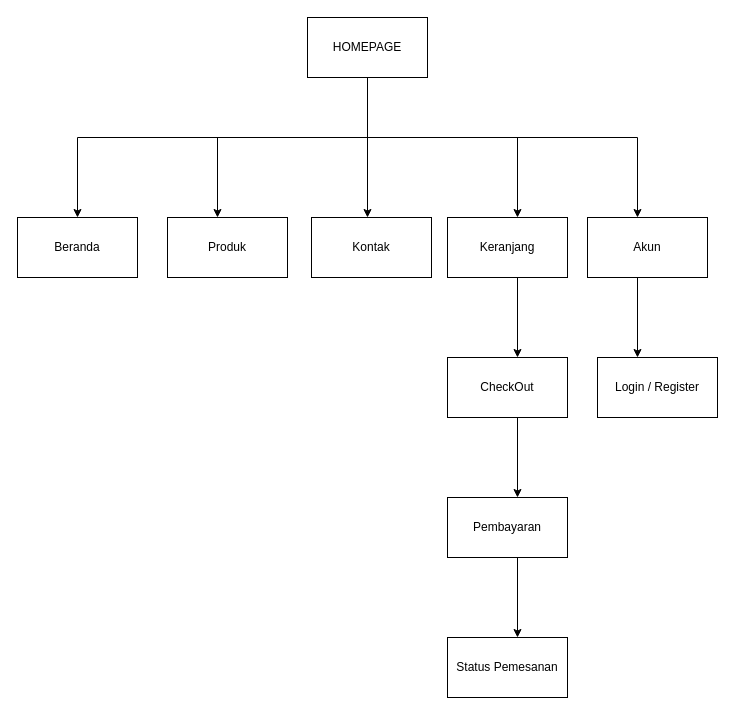
Earlier version of the draw.io diagram docs/navigation/user-navigasi.drawio (EvandriRidho/Rizquna-Bakery). Source tidied: cells renumbered, new cells numbered last; positions are measured from the earlier drawing's top-left corner, leaving out a move shared by most shapes. Both pictures are drawn from the tidied source at 100%, with x=0, y=0 at pixel (17, 17).
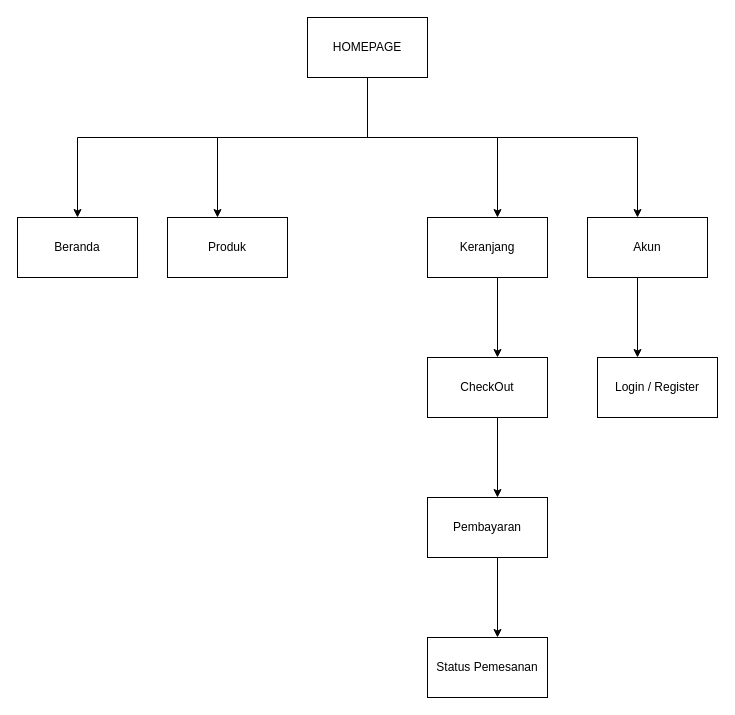
After the change.

Commit message (it also covers changes not shown here):
docs (diagram) : fix navigation and admin usecase

Unchanged cells that the change refers to:
```xml
<mxCell id="2" value="HOMEPAGE" style="rounded=0;whiteSpace=wrap;html=1;" parent="1" vertex="1">
  <mxGeometry x="290" width="120" height="60" as="geometry" />
</mxCell>
```

What changed in the source:
```diff
@@
-    <mxCell id="3" style="endArrow=classic;html=1;rounded=0;" parent="1" edge="1">
-      <mxGeometry relative="1" as="geometry">
-        <mxPoint x="350" y="60" as="sourcePoint" />
-        <mxPoint x="350" y="200" as="targetPoint" />
-      </mxGeometry>
-    </mxCell>
@@
     <mxCell id="7" style="endArrow=classic;html=1;rounded=0;" parent="1" edge="1">
       <mxGeometry relative="1" as="geometry">
-        <mxPoint x="500" y="120" as="sourcePoint" />
-        <mxPoint x="500" y="200" as="targetPoint" />
+        <mxPoint x="480" y="120" as="sourcePoint" />
+        <mxPoint x="480" y="200" as="targetPoint" />
       </mxGeometry>
     </mxCell>
@@
-    <mxCell id="11" value="Kontak" style="rounded=0;whiteSpace=wrap;html=1;" parent="1" vertex="1">
-      <mxGeometry x="294" y="200" width="120" height="60" as="geometry" />
-    </mxCell>
     <mxCell id="12" value="Keranjang" style="rounded=0;whiteSpace=wrap;html=1;" parent="1" vertex="1">
-      <mxGeometry x="430" y="200" width="120" height="60" as="geometry" />
+      <mxGeometry x="410" y="200" width="120" height="60" as="geometry" />
     </mxCell>
@@
     <mxCell id="16" style="endArrow=classic;html=1;rounded=0;" parent="1" edge="1">
       <mxGeometry relative="1" as="geometry">
-        <mxPoint x="500" y="260" as="sourcePoint" />
-        <mxPoint x="500" y="340" as="targetPoint" />
+        <mxPoint x="480" y="260" as="sourcePoint" />
+        <mxPoint x="480" y="340" as="targetPoint" />
       </mxGeometry>
     </mxCell>
     <mxCell id="17" value="CheckOut" style="rounded=0;whiteSpace=wrap;html=1;" parent="1" vertex="1">
-      <mxGeometry x="430" y="340" width="120" height="60" as="geometry" />
+      <mxGeometry x="410" y="340" width="120" height="60" as="geometry" />
     </mxCell>
     <mxCell id="18" style="endArrow=classic;html=1;rounded=0;" parent="1" edge="1">
       <mxGeometry relative="1" as="geometry">
-        <mxPoint x="500" y="400" as="sourcePoint" />
-        <mxPoint x="500" y="480" as="targetPoint" />
+        <mxPoint x="480" y="400" as="sourcePoint" />
+        <mxPoint x="480" y="480" as="targetPoint" />
       </mxGeometry>
     </mxCell>
     <mxCell id="19" value="Pembayaran" style="rounded=0;whiteSpace=wrap;html=1;" parent="1" vertex="1">
-      <mxGeometry x="430" y="480" width="120" height="60" as="geometry" />
+      <mxGeometry x="410" y="480" width="120" height="60" as="geometry" />
     </mxCell>
     <mxCell id="20" style="endArrow=classic;html=1;rounded=0;" parent="1" edge="1">
       <mxGeometry relative="1" as="geometry">
-        <mxPoint x="500" y="540" as="sourcePoint" />
-        <mxPoint x="500" y="620" as="targetPoint" />
+        <mxPoint x="480" y="540" as="sourcePoint" />
+        <mxPoint x="480" y="620" as="targetPoint" />
       </mxGeometry>
     </mxCell>
     <mxCell id="21" value="Status Pemesanan" style="rounded=0;whiteSpace=wrap;html=1;" parent="1" vertex="1">
-      <mxGeometry x="430" y="620" width="120" height="60" as="geometry" />
+      <mxGeometry x="410" y="620" width="120" height="60" as="geometry" />
     </mxCell>
+    <mxCell id="22" style="endArrow=none;html=1;rounded=0;entryX=0.5;entryY=1;entryDx=0;entryDy=0;" parent="1" edge="1" target="2">
+      <mxGeometry relative="1" as="geometry">
+        <mxPoint x="350" y="120" as="sourcePoint" />
+      </mxGeometry>
+    </mxCell>
```
